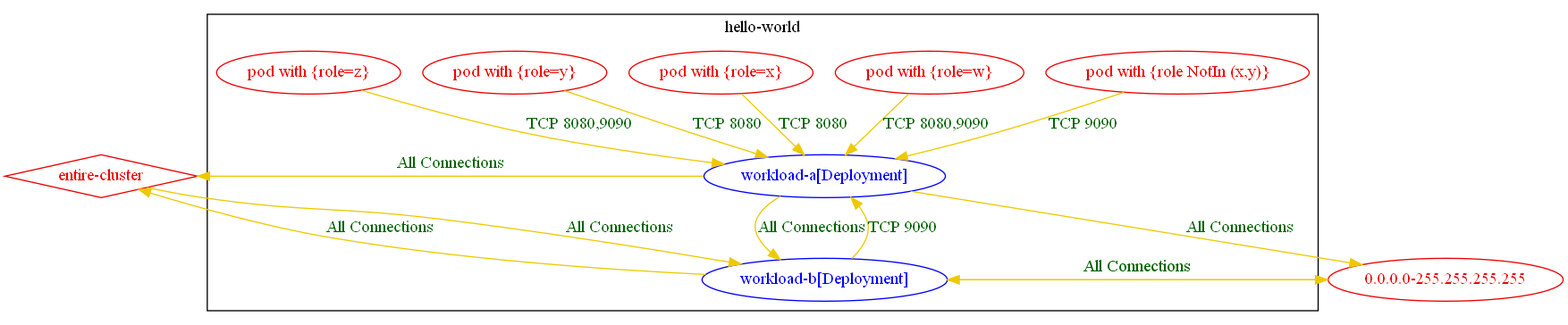
np-guard/netpol-analyzer keeps this Graphviz diagram as test_outputs/connlist/exposure_test_exposure_with_different_rules_5_connlist_output.dot.png. Above is the earlier version. Its source is kept beside it as test_outputs/connlist/exposure_test_exposure_with_different_rules_5_connlist_output.dot. Source of this version:
```dot
digraph {
	subgraph "cluster_hello_world" {
		color="black"
		fontcolor="black"
		"hello-world/workload-a[Deployment]" [label="workload-a[Deployment]" color="blue" fontcolor="blue"]
		"hello-world/workload-b[Deployment]" [label="workload-b[Deployment]" color="blue" fontcolor="blue"]
		"pod with {role NotIn (x,y)}_in_hello-world" [label="pod with {role NotIn (x,y)}" color="red2" fontcolor="red2"]
		"pod with {role=w}_in_hello-world" [label="pod with {role=w}" color="red2" fontcolor="red2"]
		"pod with {role=x}_in_hello-world" [label="pod with {role=x}" color="red2" fontcolor="red2"]
		"pod with {role=y}_in_hello-world" [label="pod with {role=y}" color="red2" fontcolor="red2"]
		"pod with {role=z}_in_hello-world" [label="pod with {role=z}" color="red2" fontcolor="red2"]
		label="hello-world"
	}
	"0.0.0.0-255.255.255.255" [label="0.0.0.0-255.255.255.255" color="red2" fontcolor="red2"]
	"entire-cluster" [label="entire-cluster" color="red2" fontcolor="red2" shape=diamond]
	"0.0.0.0-255.255.255.255" -> "hello-world/workload-b[Deployment]" [label="All Connections" color="gold2" fontcolor="darkgreen"]
	"entire-cluster" -> "hello-world/workload-b[Deployment]" [label="All Connections" color="gold2" fontcolor="darkgreen" weight=1]
	"hello-world/workload-a[Deployment]" -> "0.0.0.0-255.255.255.255" [label="All Connections" color="gold2" fontcolor="darkgreen"]
	"hello-world/workload-a[Deployment]" -> "entire-cluster" [label="All Connections" color="gold2" fontcolor="darkgreen" weight=0.5]
	"hello-world/workload-a[Deployment]" -> "hello-world/workload-b[Deployment]" [label="All Connections" color="gold2" fontcolor="darkgreen"]
	"hello-world/workload-b[Deployment]" -> "0.0.0.0-255.255.255.255" [label="All Connections" color="gold2" fontcolor="darkgreen"]
	"hello-world/workload-b[Deployment]" -> "entire-cluster" [label="All Connections" color="gold2" fontcolor="darkgreen" weight=0.5]
	"hello-world/workload-b[Deployment]" -> "hello-world/workload-a[Deployment]" [label="TCP 9090" color="gold2" fontcolor="darkgreen"]
	"pod with {role NotIn (x,y)}_in_hello-world" -> "hello-world/workload-a[Deployment]" [label="TCP 9090" color="gold2" fontcolor="darkgreen" weight=1]
	"pod with {role=w}_in_hello-world" -> "hello-world/workload-a[Deployment]" [label="TCP 8080,9090" color="gold2" fontcolor="darkgreen" weight=1]
	"pod with {role=x}_in_hello-world" -> "hello-world/workload-a[Deployment]" [label="TCP 8080" color="gold2" fontcolor="darkgreen" weight=1]
	"pod with {role=y}_in_hello-world" -> "hello-world/workload-a[Deployment]" [label="TCP 8080" color="gold2" fontcolor="darkgreen" weight=1]
	"pod with {role=z}_in_hello-world" -> "hello-world/workload-a[Deployment]" [label="TCP 8080,9090" color="gold2" fontcolor="darkgreen" weight=1]
}
```
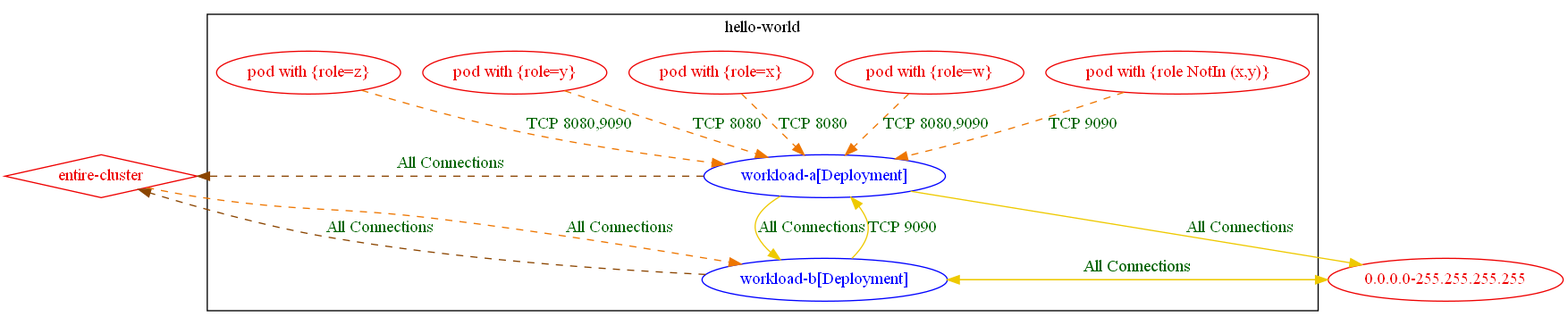
Above is the later version.

The edit, as a diff of the source:
```diff
@@ -14,16 +14,16 @@
 	"0.0.0.0-255.255.255.255" [label="0.0.0.0-255.255.255.255" color="red2" fontcolor="red2"]
 	"entire-cluster" [label="entire-cluster" color="red2" fontcolor="red2" shape=diamond]
 	"0.0.0.0-255.255.255.255" -> "hello-world/workload-b[Deployment]" [label="All Connections" color="gold2" fontcolor="darkgreen"]
-	"entire-cluster" -> "hello-world/workload-b[Deployment]" [label="All Connections" color="gold2" fontcolor="darkgreen" weight=1]
+	"entire-cluster" -> "hello-world/workload-b[Deployment]" [label="All Connections" color="darkorange2" fontcolor="darkgreen" weight=1 style=dashed]
 	"hello-world/workload-a[Deployment]" -> "0.0.0.0-255.255.255.255" [label="All Connections" color="gold2" fontcolor="darkgreen"]
-	"hello-world/workload-a[Deployment]" -> "entire-cluster" [label="All Connections" color="gold2" fontcolor="darkgreen" weight=0.5]
+	"hello-world/workload-a[Deployment]" -> "entire-cluster" [label="All Connections" color="darkorange4" fontcolor="darkgreen" weight=0.5 style=dashed]
 	"hello-world/workload-a[Deployment]" -> "hello-world/workload-b[Deployment]" [label="All Connections" color="gold2" fontcolor="darkgreen"]
 	"hello-world/workload-b[Deployment]" -> "0.0.0.0-255.255.255.255" [label="All Connections" color="gold2" fontcolor="darkgreen"]
-	"hello-world/workload-b[Deployment]" -> "entire-cluster" [label="All Connections" color="gold2" fontcolor="darkgreen" weight=0.5]
+	"hello-world/workload-b[Deployment]" -> "entire-cluster" [label="All Connections" color="darkorange4" fontcolor="darkgreen" weight=0.5 style=dashed]
 	"hello-world/workload-b[Deployment]" -> "hello-world/workload-a[Deployment]" [label="TCP 9090" color="gold2" fontcolor="darkgreen"]
-	"pod with {role NotIn (x,y)}_in_hello-world" -> "hello-world/workload-a[Deployment]" [label="TCP 9090" color="gold2" fontcolor="darkgreen" weight=1]
-	"pod with {role=w}_in_hello-world" -> "hello-world/workload-a[Deployment]" [label="TCP 8080,9090" color="gold2" fontcolor="darkgreen" weight=1]
-	"pod with {role=x}_in_hello-world" -> "hello-world/workload-a[Deployment]" [label="TCP 8080" color="gold2" fontcolor="darkgreen" weight=1]
-	"pod with {role=y}_in_hello-world" -> "hello-world/workload-a[Deployment]" [label="TCP 8080" color="gold2" fontcolor="darkgreen" weight=1]
-	"pod with {role=z}_in_hello-world" -> "hello-world/workload-a[Deployment]" [label="TCP 8080,9090" color="gold2" fontcolor="darkgreen" weight=1]
+	"pod with {role NotIn (x,y)}_in_hello-world" -> "hello-world/workload-a[Deployment]" [label="TCP 9090" color="darkorange2" fontcolor="darkgreen" weight=1 style=dashed]
+	"pod with {role=w}_in_hello-world" -> "hello-world/workload-a[Deployment]" [label="TCP 8080,9090" color="darkorange2" fontcolor="darkgreen" weight=1 style=dashed]
+	"pod with {role=x}_in_hello-world" -> "hello-world/workload-a[Deployment]" [label="TCP 8080" color="darkorange2" fontcolor="darkgreen" weight=1 style=dashed]
+	"pod with {role=y}_in_hello-world" -> "hello-world/workload-a[Deployment]" [label="TCP 8080" color="darkorange2" fontcolor="darkgreen" weight=1 style=dashed]
+	"pod with {role=z}_in_hello-world" -> "hello-world/workload-a[Deployment]" [label="TCP 8080,9090" color="darkorange2" fontcolor="darkgreen" weight=1 style=dashed]
 }
```
